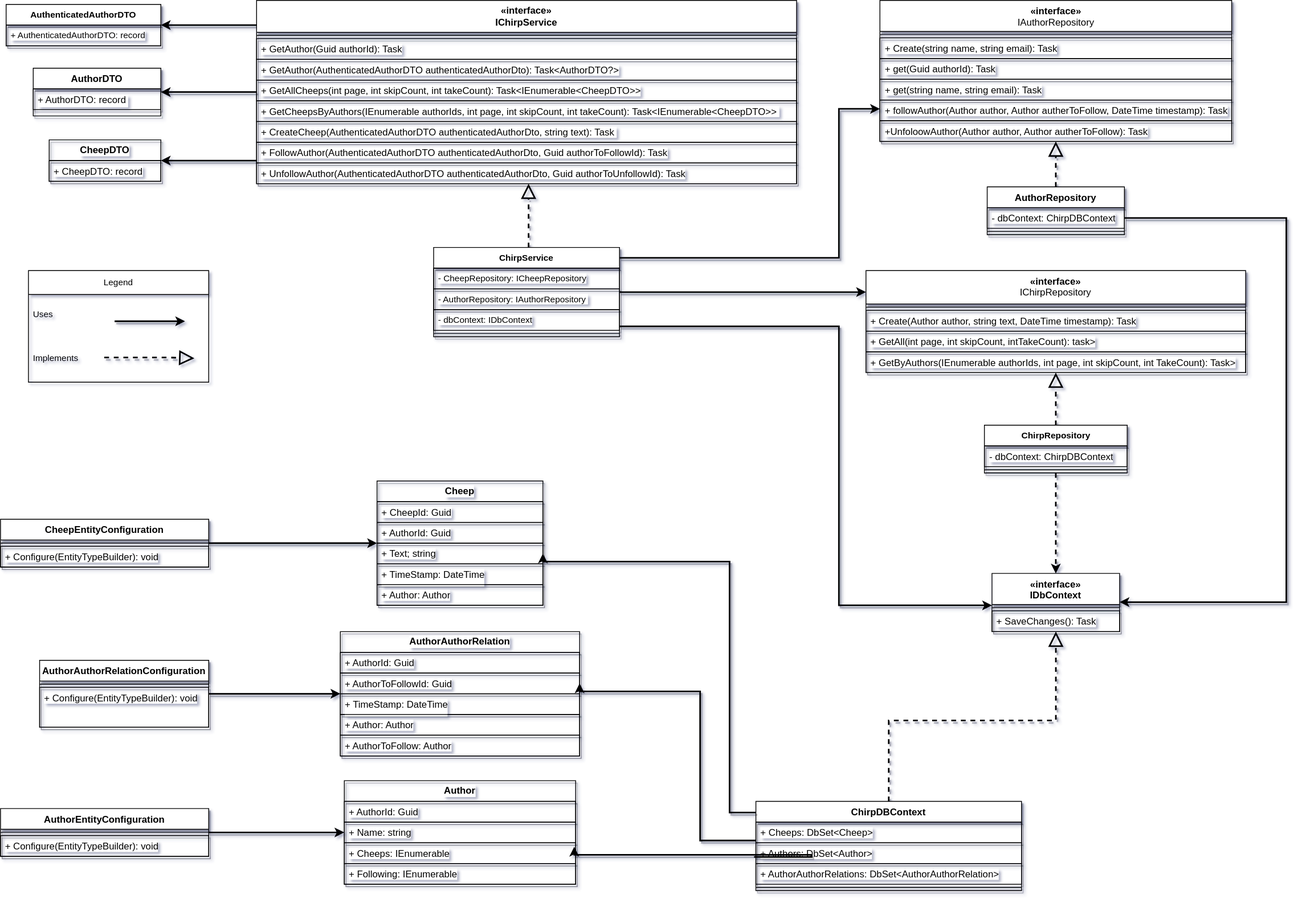
Before: docs/Diagrams/DomainModel.drawio.svg, a diagram exported from draw.io (ITU-BDSA23-GROUP22/Chirp). Source tidied: cells renumbered, new cells last; positions are measured from the earlier drawing's top-left corner, leaving out a move shared by most shapes.
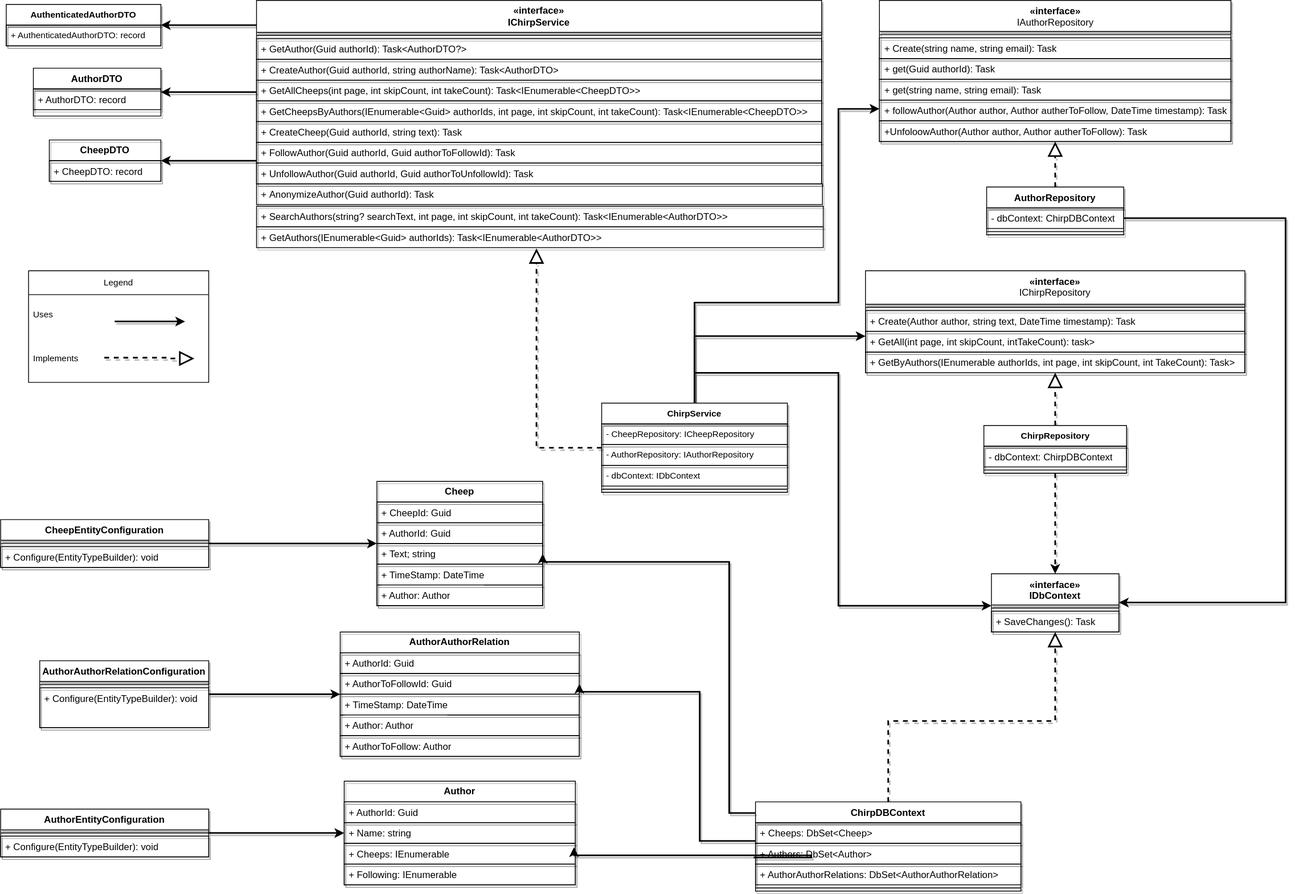
After the change.

Commit message:
Updated IChirpService in Domain Model, to also cover anonymise, search, getAuthors

The edit, as a diff of the source:
```diff
@@ -1,4 +1,4 @@
-<mxGraphModel background="#FFFFFF" shadow="1">
+<mxGraphModel background="#FFFFFF">
   <root>
     <mxCell id="0" />
     <mxCell id="1" parent="0" />
@@ -163,44 +163,44 @@
       </mxGeometry>
     </mxCell>
     <mxCell id="51" value="«interface»&lt;br style=&quot;border-color: var(--border-color); font-weight: 400;&quot;&gt;IChirpService" style="swimlane;align=center;verticalAlign=middle;horizontal=1;startSize=40;whiteSpace=wrap;html=1;strokeColor=#000000;shadow=1;labelBackgroundColor=default;" parent="1" vertex="1">
-      <mxGeometry x="321" width="677" height="230" as="geometry" />
+      <mxGeometry x="321" width="709" height="230" as="geometry" />
     </mxCell>
     <mxCell id="52" style="line;strokeWidth=1;fillColor=none;align=left;verticalAlign=middle;spacingTop=-1;spacingLeft=3;spacingRight=3;labelPosition=right;strokeColor=#000000;shadow=1;labelBackgroundColor=default;" parent="51" vertex="1">
-      <mxGeometry y="40" width="677" height="8" as="geometry" />
+      <mxGeometry y="40" width="709" height="8" as="geometry" />
     </mxCell>
-    <mxCell id="53" value="+ GetAuthor(Guid authorId): Task" style="text;strokeColor=#000000;fillColor=none;align=left;verticalAlign=top;spacingLeft=4;spacingRight=4;overflow=hidden;whiteSpace=wrap;html=1;shadow=1;labelBackgroundColor=default;" parent="51" vertex="1">
-      <mxGeometry y="48" width="677" height="26" as="geometry" />
+    <mxCell id="53" value="+ GetAuthor(Guid authorId): Task&amp;lt;AuthorDTO?&amp;gt;" style="text;strokeColor=#000000;fillColor=none;align=left;verticalAlign=top;spacingLeft=4;spacingRight=4;overflow=hidden;whiteSpace=wrap;html=1;shadow=1;labelBackgroundColor=default;" parent="51" vertex="1">
+      <mxGeometry y="48" width="709" height="26" as="geometry" />
     </mxCell>
-    <mxCell id="54" value="+ GetAuthor(AuthenticatedAuthorDTO authenticatedAuthorDto): Task&amp;lt;AuthorDTO?&amp;gt;" style="text;strokeColor=#000000;fillColor=none;align=left;verticalAlign=top;spacingLeft=4;spacingRight=4;overflow=hidden;whiteSpace=wrap;html=1;shadow=1;labelBackgroundColor=default;" parent="51" vertex="1">
-      <mxGeometry y="74" width="677" height="26" as="geometry" />
+    <mxCell id="54" value="+ CreateAuthor(Guid authorId, string authorName): Task&amp;lt;AuthorDTO&amp;gt;" style="text;strokeColor=#000000;fillColor=none;align=left;verticalAlign=top;spacingLeft=4;spacingRight=4;overflow=hidden;whiteSpace=wrap;html=1;shadow=1;labelBackgroundColor=default;" parent="51" vertex="1">
+      <mxGeometry y="74" width="709" height="26" as="geometry" />
     </mxCell>
     <mxCell id="55" value="+ GetAllCheeps(int page, int skipCount, int takeCount): Task&amp;lt;IEnumerable&amp;lt;CheepDTO&amp;gt;&amp;gt;" style="text;strokeColor=#000000;fillColor=none;align=left;verticalAlign=top;spacingLeft=4;spacingRight=4;overflow=hidden;whiteSpace=wrap;html=1;shadow=1;labelBackgroundColor=default;" parent="51" vertex="1">
-      <mxGeometry y="100" width="677" height="26" as="geometry" />
+      <mxGeometry y="100" width="709" height="26" as="geometry" />
     </mxCell>
-    <mxCell id="56" value="+&amp;nbsp;GetCheepsByAuthors(IEnumerable authorIds, int page, int skipCount, int takeCount):&amp;nbsp;Task&amp;lt;IEnumerable&amp;lt;CheepDTO&amp;gt;&amp;gt;&amp;nbsp;" style="text;strokeColor=#000000;fillColor=none;align=left;verticalAlign=top;spacingLeft=4;spacingRight=4;overflow=hidden;whiteSpace=wrap;html=1;shadow=1;labelBackgroundColor=default;" parent="51" vertex="1">
-      <mxGeometry y="126" width="677" height="26" as="geometry" />
+    <mxCell id="56" value="+&amp;nbsp;GetCheepsByAuthors(IEnumerable&amp;lt;Guid&amp;gt; authorIds, int page, int skipCount, int takeCount):&amp;nbsp;Task&amp;lt;IEnumerable&amp;lt;CheepDTO&amp;gt;&amp;gt;&amp;nbsp;" style="text;strokeColor=#000000;fillColor=none;align=left;verticalAlign=top;spacingLeft=4;spacingRight=4;overflow=hidden;whiteSpace=wrap;html=1;shadow=1;labelBackgroundColor=default;" parent="51" vertex="1">
+      <mxGeometry y="126" width="709" height="26" as="geometry" />
     </mxCell>
-    <mxCell id="57" value="+ CreateCheep(AuthenticatedAuthorDTO authenticatedAuthorDto, string text): Task&amp;nbsp;" style="text;strokeColor=#000000;fillColor=none;align=left;verticalAlign=top;spacingLeft=4;spacingRight=4;overflow=hidden;whiteSpace=wrap;html=1;shadow=1;labelBackgroundColor=default;" parent="51" vertex="1">
-      <mxGeometry y="152" width="677" height="26" as="geometry" />
+    <mxCell id="57" value="+ CreateCheep(Guid authorId, string text): Task&amp;nbsp;" style="text;strokeColor=#000000;fillColor=none;align=left;verticalAlign=top;spacingLeft=4;spacingRight=4;overflow=hidden;whiteSpace=wrap;html=1;shadow=1;labelBackgroundColor=default;" parent="51" vertex="1">
+      <mxGeometry y="152" width="709" height="26" as="geometry" />
     </mxCell>
-    <mxCell id="58" value="+&amp;nbsp;FollowAuthor(AuthenticatedAuthorDTO authenticatedAuthorDto, Guid authorToFollowId): Task" style="text;strokeColor=#000000;fillColor=none;align=left;verticalAlign=top;spacingLeft=4;spacingRight=4;overflow=hidden;whiteSpace=wrap;html=1;shadow=1;labelBackgroundColor=default;" parent="51" vertex="1">
-      <mxGeometry y="178" width="677" height="26" as="geometry" />
+    <mxCell id="58" value="+&amp;nbsp;FollowAuthor(Guid authorId, Guid authorToFollowId): Task" style="text;strokeColor=#000000;fillColor=none;align=left;verticalAlign=top;spacingLeft=4;spacingRight=4;overflow=hidden;whiteSpace=wrap;html=1;shadow=1;labelBackgroundColor=default;" parent="51" vertex="1">
+      <mxGeometry y="178" width="709" height="26" as="geometry" />
     </mxCell>
-    <mxCell id="59" value="+&amp;nbsp;UnfollowAuthor(AuthenticatedAuthorDTO authenticatedAuthorDto, Guid authorToUnfollowId): Task" style="text;strokeColor=#000000;fillColor=none;align=left;verticalAlign=top;spacingLeft=4;spacingRight=4;overflow=hidden;whiteSpace=wrap;html=1;shadow=1;labelBackgroundColor=default;" parent="51" vertex="1">
-      <mxGeometry y="204" width="677" height="26" as="geometry" />
+    <mxCell id="59" value="+&amp;nbsp;UnfollowAuthor(Guid authorId, Guid authorToUnfollowId): Task" style="text;strokeColor=#000000;fillColor=none;align=left;verticalAlign=top;spacingLeft=4;spacingRight=4;overflow=hidden;whiteSpace=wrap;html=1;shadow=1;labelBackgroundColor=default;" parent="51" vertex="1">
+      <mxGeometry y="204" width="709" height="26" as="geometry" />
     </mxCell>
-    <mxCell id="60" style="edgeStyle=orthogonalEdgeStyle;rounded=0;jettySize=auto;html=1;endArrow=block;endFill=0;strokeWidth=2;endSize=14;strokeColor=#000000;shadow=1;labelBackgroundColor=default;dashed=1;" parent="1" edge="1" source="84" target="51">
+    <mxCell id="60" style="rounded=0;jettySize=auto;html=1;endArrow=block;endFill=0;strokeWidth=2;endSize=14;strokeColor=#000000;shadow=1;labelBackgroundColor=default;dashed=1;entryX=0.494;entryY=1.038;entryDx=0;entryDy=0;entryPerimeter=0;edgeStyle=orthogonalEdgeStyle;" parent="1" edge="1" source="84" target="99">
       <mxGeometry relative="1" as="geometry">
         <Array as="points">
-          <mxPoint x="662" y="273" />
-          <mxPoint x="662" y="273" />
+          <mxPoint x="672" y="561" />
         </Array>
       </mxGeometry>
     </mxCell>
     <mxCell id="61" style="edgeStyle=orthogonalEdgeStyle;shape=connector;rounded=0;jettySize=auto;html=1;labelBackgroundColor=default;strokeColor=#000000;strokeWidth=2;align=center;verticalAlign=middle;fontFamily=Helvetica;fontSize=11;fontColor=default;endArrow=classic;endFill=1;shadow=1;" parent="1" edge="1" source="84" target="36">
       <mxGeometry relative="1" as="geometry">
         <Array as="points">
-          <mxPoint x="1051" y="323" />
+          <mxPoint x="871" y="379" />
+          <mxPoint x="1051" y="379" />
           <mxPoint x="1051" y="136" />
         </Array>
       </mxGeometry>
@@ -208,7 +208,7 @@
     <mxCell id="62" style="edgeStyle=orthogonalEdgeStyle;shape=connector;rounded=0;jettySize=auto;html=1;labelBackgroundColor=default;strokeColor=#000000;strokeWidth=2;align=center;verticalAlign=middle;fontFamily=Helvetica;fontSize=11;fontColor=default;endArrow=classic;endFill=1;endSize=6;shadow=1;" parent="1" edge="1" source="84" target="43">
       <mxGeometry relative="1" as="geometry">
         <Array as="points">
-          <mxPoint x="1151" y="366" />
+          <mxPoint x="871" y="421" />
         </Array>
       </mxGeometry>
     </mxCell>
@@ -279,13 +279,14 @@
     <mxCell id="83" style="edgeStyle=orthogonalEdgeStyle;shape=connector;rounded=0;jettySize=auto;html=1;labelBackgroundColor=default;strokeColor=#000000;strokeWidth=2;align=center;verticalAlign=middle;fontFamily=Helvetica;fontSize=11;fontColor=default;endArrow=classic;endFill=1;shadow=1;" parent="1" edge="1" source="84" target="63">
       <mxGeometry relative="1" as="geometry">
         <Array as="points">
-          <mxPoint x="1051" y="409" />
+          <mxPoint x="871" y="467" />
+          <mxPoint x="1051" y="467" />
           <mxPoint x="1051" y="759" />
         </Array>
       </mxGeometry>
     </mxCell>
     <mxCell id="84" value="ChirpService" style="swimlane;fontStyle=1;align=center;verticalAlign=top;horizontal=1;startSize=26;whiteSpace=wrap;html=1;fontFamily=Helvetica;fontSize=11;fontColor=default;strokeColor=#000000;shadow=1;labelBackgroundColor=default;" parent="1" vertex="1">
-      <mxGeometry x="543" y="310" width="233" height="112" as="geometry" />
+      <mxGeometry x="754" y="505" width="233" height="112" as="geometry" />
     </mxCell>
     <mxCell id="85" value="- CheepRepository: ICheepRepository" style="text;strokeColor=#000000;fillColor=none;align=left;verticalAlign=top;spacingLeft=4;spacingRight=4;overflow=hidden;whiteSpace=wrap;html=1;fontSize=11;fontFamily=Helvetica;fontColor=default;shadow=1;labelBackgroundColor=default;" parent="84" vertex="1">
       <mxGeometry y="26" width="233" height="26" as="geometry" />
@@ -349,5 +350,14 @@
         </Array>
       </mxGeometry>
     </mxCell>
+    <mxCell id="97" value="+&amp;nbsp;AnonymizeAuthor(Guid authorId): Task" style="text;strokeColor=#000000;fillColor=none;align=left;verticalAlign=top;spacingLeft=4;spacingRight=4;overflow=hidden;whiteSpace=wrap;html=1;shadow=1;labelBackgroundColor=default;" parent="1" vertex="1">
+      <mxGeometry x="321" y="230" width="710" height="26" as="geometry" />
+    </mxCell>
+    <mxCell id="98" value="+&amp;nbsp;SearchAuthors(string? searchText, int page, int skipCount, int takeCount): Task&amp;lt;IEnumerable&amp;lt;AuthorDTO&amp;gt;&amp;gt;" style="text;strokeColor=#000000;fillColor=none;align=left;verticalAlign=top;spacingLeft=4;spacingRight=4;overflow=hidden;whiteSpace=wrap;html=1;shadow=1;labelBackgroundColor=default;" parent="1" vertex="1">
+      <mxGeometry x="321" y="258" width="711" height="26" as="geometry" />
+    </mxCell>
+    <mxCell id="99" value="+&amp;nbsp;GetAuthors(IEnumerable&amp;lt;Guid&amp;gt; authorIds): Task&amp;lt;IEnumerable&amp;lt;AuthorDTO&amp;gt;&amp;gt;" style="text;strokeColor=#000000;fillColor=none;align=left;verticalAlign=top;spacingLeft=4;spacingRight=4;overflow=hidden;points=[[0,0.5],[1,0.5]];portConstraint=eastwest;whiteSpace=wrap;html=1;shadow=1;labelBackgroundColor=default;" parent="1" vertex="1">
+      <mxGeometry x="321" y="284" width="711" height="26" as="geometry" />
+    </mxCell>
   </root>
 </mxGraphModel>
```
